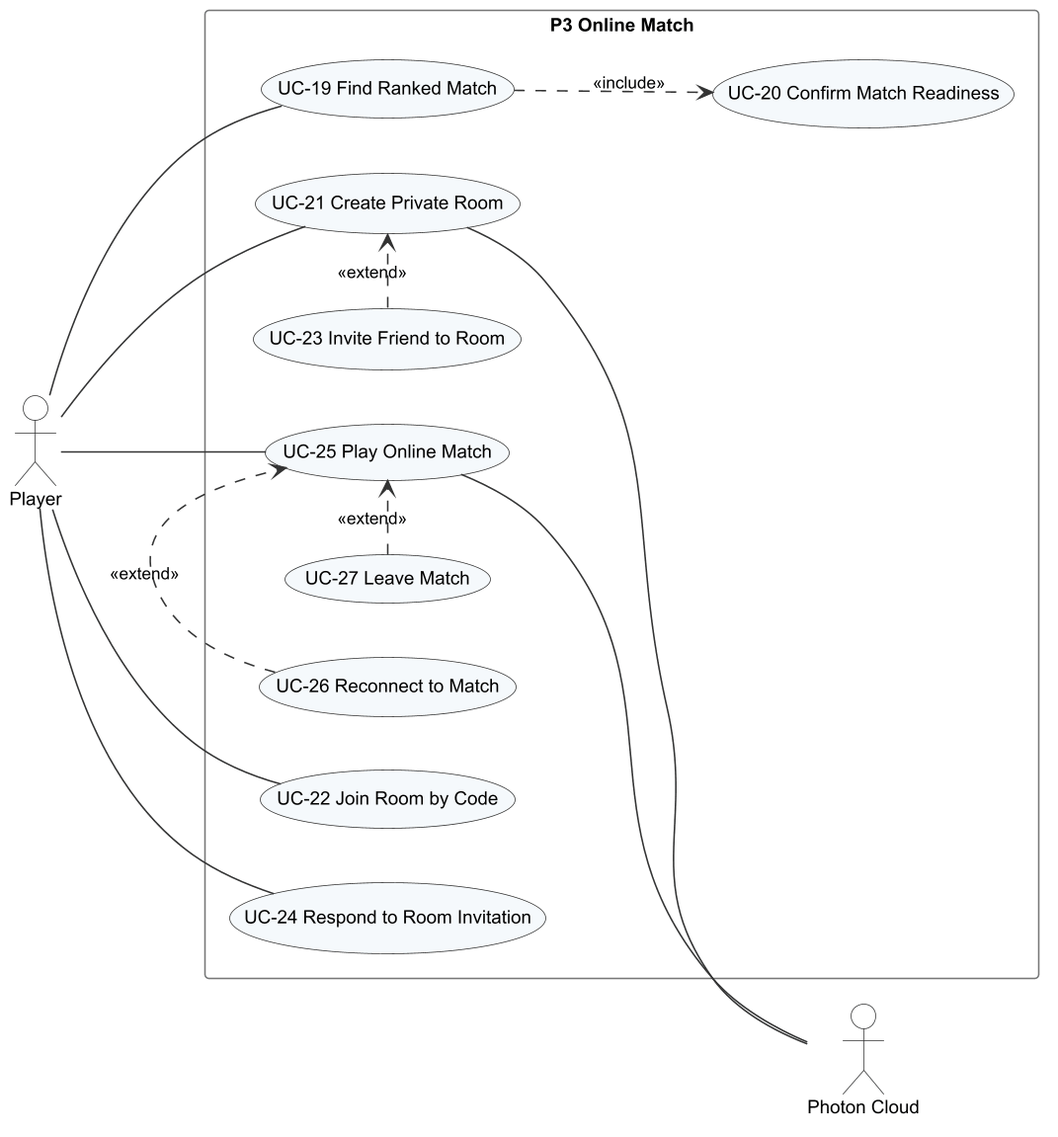
Earlier version of the PlantUML export Doc/Project_report/Report/diagrams/png/r3_uc_p3_online.png (Tad-Min/PickleVerse). The source it was exported from:
```plantuml
@startuml r3_uc_p3_online
!include _style.iuml
left to right direction
actor Player
actor "Photon Cloud" as PC
rectangle "P3 Online Match" {
  usecase "UC-19 Find Ranked Match" as UC19
  usecase "UC-20 Confirm Match Readiness" as UC20
  usecase "UC-21 Create Private Room" as UC21
  usecase "UC-22 Join Room by Code" as UC22
  usecase "UC-23 Invite Friend to Room" as UC23
  usecase "UC-24 Respond to Room Invitation" as UC24
  usecase "UC-25 Play Online Match" as UC25
  usecase "UC-26 Reconnect to Match" as UC26
  usecase "UC-27 Leave Match" as UC27
}
Player -- UC19
Player -- UC21
Player -- UC22
Player -- UC24
Player -- UC25
UC19 ..> UC20 : <<include>>
UC23 .> UC21 : <<extend>>
UC26 .> UC25 : <<extend>>
UC27 .> UC25 : <<extend>>
UC21 -- PC
UC25 -- PC
@enduml
```
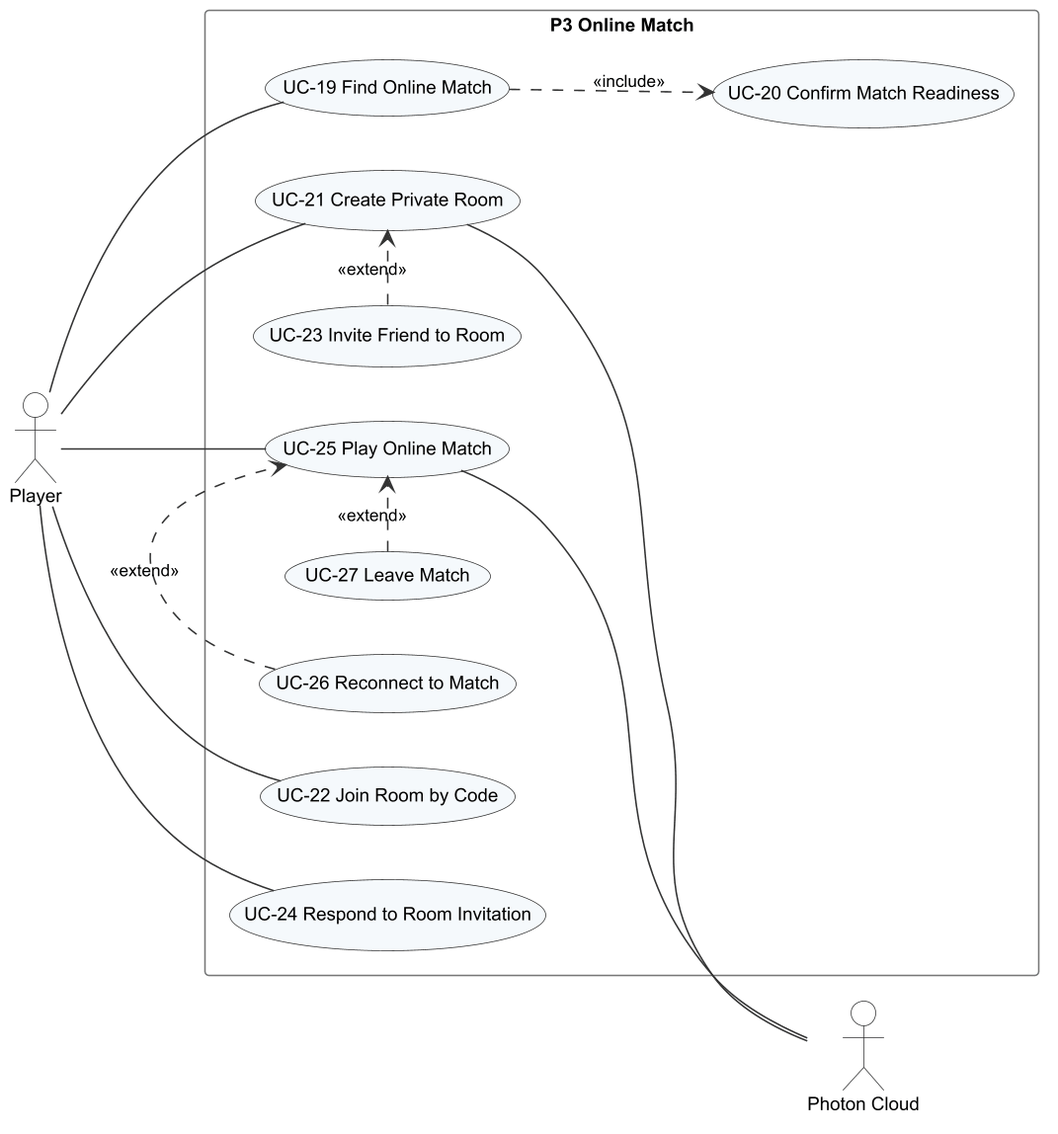
Above is the later version.

The edit, as a diff of the source:
```diff
@@ -4,7 +4,7 @@
 actor Player
 actor "Photon Cloud" as PC
 rectangle "P3 Online Match" {
-  usecase "UC-19 Find Ranked Match" as UC19
+  usecase "UC-19 Find Online Match" as UC19
   usecase "UC-20 Confirm Match Readiness" as UC20
   usecase "UC-21 Create Private Room" as UC21
   usecase "UC-22 Join Room by Code" as UC22
```
